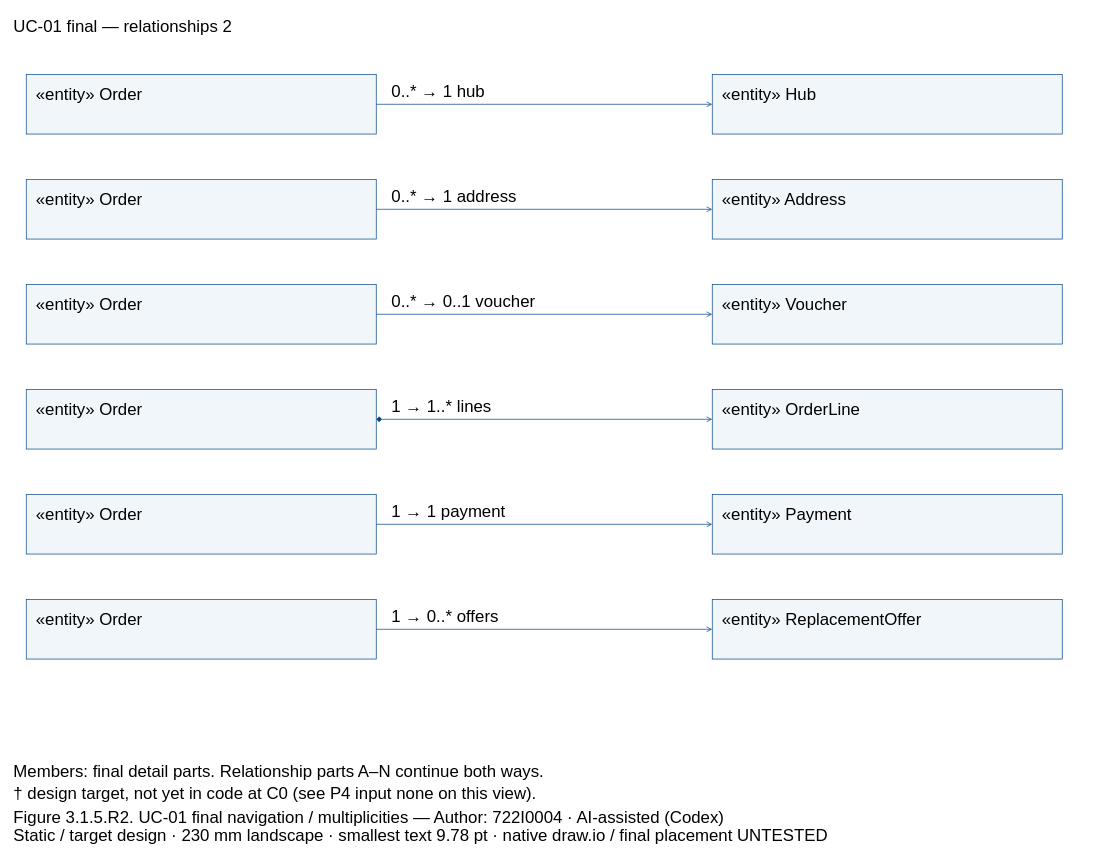
Above: models/UC-01/dcd_uc01_final_links_PartB.drawio in Dat071104/SaigonBite (draw.io), before the change. Source tidied: cells renumbered, new cells numbered last; positions are measured from the earlier drawing's top-left corner, leaving out a move shared by most shapes. Both pictures are drawn from the tidied source at 70%, with x=0, y=0 at pixel (12, 12).
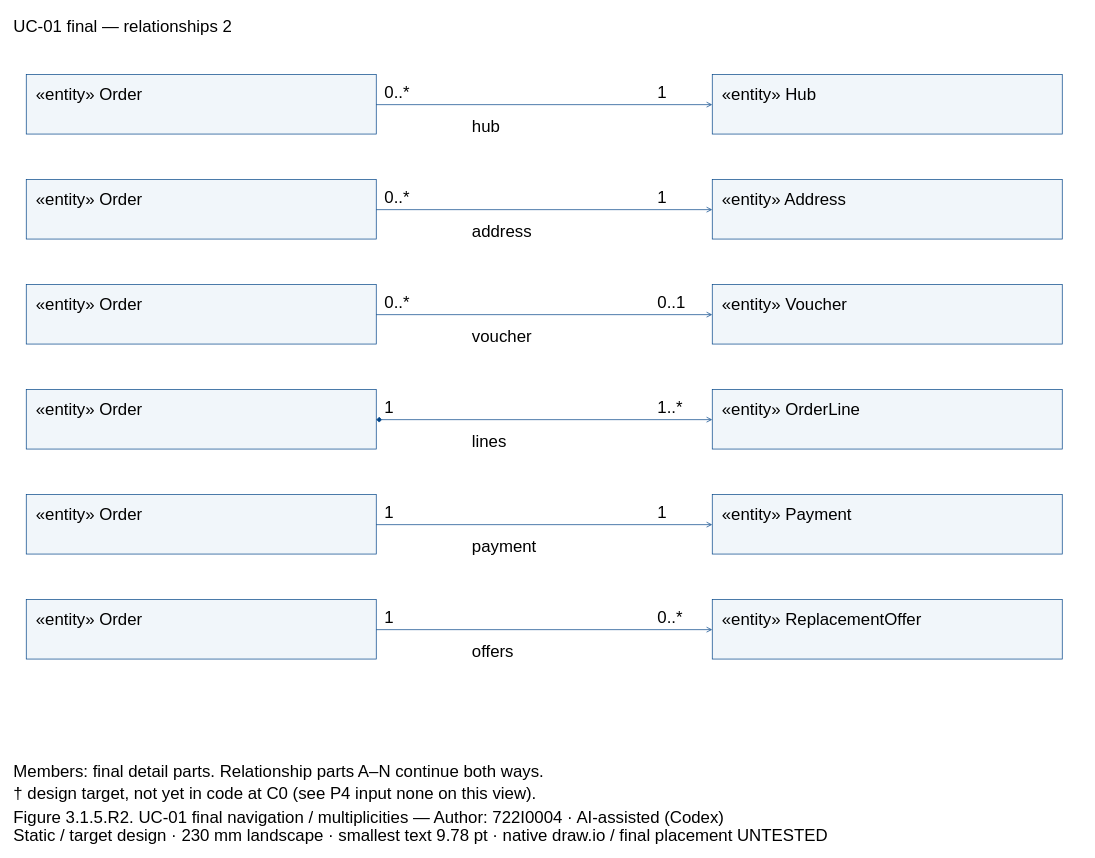
Above is the later version.

Unchanged cells that the change refers to:
```xml
<mxCell id="3" style="fillColor=#F1F6FA;strokeColor=#004387;fontFamily=Arial;fontSize=24;whiteSpace=wrap;html=0;" parent="1" vertex="1">
  <mxGeometry x="20" y="89" width="500" height="85" as="geometry" />
</mxCell>
<mxCell id="5" style="fillColor=#F1F6FA;strokeColor=#004387;fontFamily=Arial;fontSize=24;whiteSpace=wrap;html=0;" parent="1" vertex="1">
  <mxGeometry x="1000" y="89" width="500" height="85" as="geometry" />
</mxCell>
<mxCell id="7" style="fillColor=#F1F6FA;strokeColor=#004387;fontFamily=Arial;fontSize=24;whiteSpace=wrap;html=0;" parent="1" vertex="1">
  <mxGeometry x="20" y="239" width="500" height="85" as="geometry" />
</mxCell>
<mxCell id="9" style="fillColor=#F1F6FA;strokeColor=#004387;fontFamily=Arial;fontSize=24;whiteSpace=wrap;html=0;" parent="1" vertex="1">
  <mxGeometry x="1000" y="239" width="500" height="85" as="geometry" />
</mxCell>
<mxCell id="11" style="fillColor=#F1F6FA;strokeColor=#004387;fontFamily=Arial;fontSize=24;whiteSpace=wrap;html=0;" parent="1" vertex="1">
  <mxGeometry x="20" y="389" width="500" height="85" as="geometry" />
</mxCell>
<mxCell id="13" style="fillColor=#F1F6FA;strokeColor=#004387;fontFamily=Arial;fontSize=24;whiteSpace=wrap;html=0;" parent="1" vertex="1">
  <mxGeometry x="1000" y="389" width="500" height="85" as="geometry" />
</mxCell>
<mxCell id="15" style="fillColor=#F1F6FA;strokeColor=#004387;fontFamily=Arial;fontSize=24;whiteSpace=wrap;html=0;" parent="1" vertex="1">
  <mxGeometry x="20" y="539" width="500" height="85" as="geometry" />
</mxCell>
<mxCell id="17" style="fillColor=#F1F6FA;strokeColor=#004387;fontFamily=Arial;fontSize=24;whiteSpace=wrap;html=0;" parent="1" vertex="1">
  <mxGeometry x="1000" y="539" width="500" height="85" as="geometry" />
</mxCell>
<mxCell id="19" style="fillColor=#F1F6FA;strokeColor=#004387;fontFamily=Arial;fontSize=24;whiteSpace=wrap;html=0;" parent="1" vertex="1">
  <mxGeometry x="20" y="689" width="500" height="85" as="geometry" />
</mxCell>
<mxCell id="21" style="fillColor=#F1F6FA;strokeColor=#004387;fontFamily=Arial;fontSize=24;whiteSpace=wrap;html=0;" parent="1" vertex="1">
  <mxGeometry x="1000" y="689" width="500" height="85" as="geometry" />
</mxCell>
<mxCell id="23" style="fillColor=#F1F6FA;strokeColor=#004387;fontFamily=Arial;fontSize=24;whiteSpace=wrap;html=0;" parent="1" vertex="1">
  <mxGeometry x="20" y="839" width="500" height="85" as="geometry" />
</mxCell>
<mxCell id="25" style="fillColor=#F1F6FA;strokeColor=#004387;fontFamily=Arial;fontSize=24;whiteSpace=wrap;html=0;" parent="1" vertex="1">
  <mxGeometry x="1000" y="839" width="500" height="85" as="geometry" />
</mxCell>
```

Change to the diagram source:
```diff
@@
-    <mxCell id="27" style="edgeStyle=none;endArrow=open;strokeColor=#004387;" parent="1" edge="1" source="3" target="5">
+    <mxCell id="27" style="edgeStyle=none;endArrow=open;endFill=0;strokeColor=#004387;exitX=1.0;exitY=0.5058823529411764;exitPerimeter=0;entryX=0.0;entryY=0.5058823529411764;entryPerimeter=0;" parent="1" edge="1" source="3" target="5">
       <mxGeometry relative="1" as="geometry" />
     </mxCell>
-    <mxCell id="28" value="0..* → 1 hub" style="text;align=left;verticalAlign=top;strokeColor=none;fillColor=none;fontFamily=Arial;fontSize=24;whiteSpace=wrap;html=0;" parent="1" vertex="1">
-      <mxGeometry x="540" y="93" width="440" height="27.6" as="geometry" />
-    </mxCell>
+    <mxCell id="43" value="0..*" style="text;align=left;verticalAlign=top;strokeColor=none;fillColor=none;fontFamily=Arial;fontSize=24;whiteSpace=wrap;html=0;" parent="1" vertex="1">
+      <mxGeometry x="530" y="94" width="70" height="27.6" as="geometry" />
+    </mxCell>
+    <mxCell id="44" value="1" style="text;align=left;verticalAlign=top;strokeColor=none;fillColor=none;fontFamily=Arial;fontSize=24;whiteSpace=wrap;html=0;" parent="1" vertex="1">
+      <mxGeometry x="920" y="94" width="70" height="27.6" as="geometry" />
+    </mxCell>
+    <mxCell id="45" value="hub" style="text;align=left;verticalAlign=top;strokeColor=none;fillColor=none;fontFamily=Arial;fontSize=24;whiteSpace=wrap;html=0;" parent="1" vertex="1">
+      <mxGeometry x="655" y="142" width="330" height="27.6" as="geometry" />
+    </mxCell>
-    <mxCell id="29" style="edgeStyle=none;endArrow=open;strokeColor=#004387;" parent="1" edge="1" source="7" target="9">
+    <mxCell id="29" style="edgeStyle=none;endArrow=open;endFill=0;strokeColor=#004387;exitX=1.0;exitY=0.5058823529411764;exitPerimeter=0;entryX=0.0;entryY=0.5058823529411764;entryPerimeter=0;" parent="1" edge="1" source="7" target="9">
       <mxGeometry relative="1" as="geometry" />
     </mxCell>
-    <mxCell id="30" value="0..* → 1 address" style="text;align=left;verticalAlign=top;strokeColor=none;fillColor=none;fontFamily=Arial;fontSize=24;whiteSpace=wrap;html=0;" parent="1" vertex="1">
-      <mxGeometry x="540" y="243" width="440" height="27.6" as="geometry" />
-    </mxCell>
+    <mxCell id="46" value="0..*" style="text;align=left;verticalAlign=top;strokeColor=none;fillColor=none;fontFamily=Arial;fontSize=24;whiteSpace=wrap;html=0;" parent="1" vertex="1">
+      <mxGeometry x="530" y="244" width="70" height="27.6" as="geometry" />
+    </mxCell>
+    <mxCell id="47" value="1" style="text;align=left;verticalAlign=top;strokeColor=none;fillColor=none;fontFamily=Arial;fontSize=24;whiteSpace=wrap;html=0;" parent="1" vertex="1">
+      <mxGeometry x="920" y="244" width="70" height="27.6" as="geometry" />
+    </mxCell>
+    <mxCell id="48" value="address" style="text;align=left;verticalAlign=top;strokeColor=none;fillColor=none;fontFamily=Arial;fontSize=24;whiteSpace=wrap;html=0;" parent="1" vertex="1">
+      <mxGeometry x="655" y="292" width="330" height="27.6" as="geometry" />
+    </mxCell>
-    <mxCell id="31" style="edgeStyle=none;endArrow=open;strokeColor=#004387;" parent="1" edge="1" source="11" target="13">
+    <mxCell id="31" style="edgeStyle=none;endArrow=open;endFill=0;strokeColor=#004387;exitX=1.0;exitY=0.5058823529411764;exitPerimeter=0;entryX=0.0;entryY=0.5058823529411764;entryPerimeter=0;" parent="1" edge="1" source="11" target="13">
       <mxGeometry relative="1" as="geometry" />
     </mxCell>
-    <mxCell id="32" value="0..* → 0..1 voucher" style="text;align=left;verticalAlign=top;strokeColor=none;fillColor=none;fontFamily=Arial;fontSize=24;whiteSpace=wrap;html=0;" parent="1" vertex="1">
-      <mxGeometry x="540" y="393" width="440" height="27.6" as="geometry" />
-    </mxCell>
+    <mxCell id="49" value="0..*" style="text;align=left;verticalAlign=top;strokeColor=none;fillColor=none;fontFamily=Arial;fontSize=24;whiteSpace=wrap;html=0;" parent="1" vertex="1">
+      <mxGeometry x="530" y="394" width="70" height="27.6" as="geometry" />
+    </mxCell>
+    <mxCell id="50" value="0..1" style="text;align=left;verticalAlign=top;strokeColor=none;fillColor=none;fontFamily=Arial;fontSize=24;whiteSpace=wrap;html=0;" parent="1" vertex="1">
+      <mxGeometry x="920" y="394" width="70" height="27.6" as="geometry" />
+    </mxCell>
+    <mxCell id="51" value="voucher" style="text;align=left;verticalAlign=top;strokeColor=none;fillColor=none;fontFamily=Arial;fontSize=24;whiteSpace=wrap;html=0;" parent="1" vertex="1">
+      <mxGeometry x="655" y="442" width="330" height="27.6" as="geometry" />
+    </mxCell>
-    <mxCell id="33" style="edgeStyle=none;endArrow=open;startArrow=diamond;startFill=1;strokeColor=#004387;" parent="1" edge="1" source="15" target="17">
+    <mxCell id="33" style="edgeStyle=none;endArrow=open;endFill=0;startArrow=diamond;startFill=1;strokeColor=#004387;exitX=1.0;exitY=0.5058823529411764;exitPerimeter=0;entryX=0.0;entryY=0.5058823529411764;entryPerimeter=0;" parent="1" edge="1" source="15" target="17">
       <mxGeometry relative="1" as="geometry" />
     </mxCell>
-    <mxCell id="34" value="1 → 1..* lines" style="text;align=left;verticalAlign=top;strokeColor=none;fillColor=none;fontFamily=Arial;fontSize=24;whiteSpace=wrap;html=0;" parent="1" vertex="1">
-      <mxGeometry x="540" y="543" width="440" height="27.6" as="geometry" />
-    </mxCell>
+    <mxCell id="52" value="1" style="text;align=left;verticalAlign=top;strokeColor=none;fillColor=none;fontFamily=Arial;fontSize=24;whiteSpace=wrap;html=0;" parent="1" vertex="1">
+      <mxGeometry x="530" y="544" width="70" height="27.6" as="geometry" />
+    </mxCell>
+    <mxCell id="53" value="1..*" style="text;align=left;verticalAlign=top;strokeColor=none;fillColor=none;fontFamily=Arial;fontSize=24;whiteSpace=wrap;html=0;" parent="1" vertex="1">
+      <mxGeometry x="920" y="544" width="70" height="27.6" as="geometry" />
+    </mxCell>
+    <mxCell id="54" value="lines" style="text;align=left;verticalAlign=top;strokeColor=none;fillColor=none;fontFamily=Arial;fontSize=24;whiteSpace=wrap;html=0;" parent="1" vertex="1">
+      <mxGeometry x="655" y="592" width="330" height="27.6" as="geometry" />
+    </mxCell>
-    <mxCell id="35" style="edgeStyle=none;endArrow=open;strokeColor=#004387;" parent="1" edge="1" source="19" target="21">
+    <mxCell id="35" style="edgeStyle=none;endArrow=open;endFill=0;strokeColor=#004387;exitX=1.0;exitY=0.5058823529411764;exitPerimeter=0;entryX=0.0;entryY=0.5058823529411764;entryPerimeter=0;" parent="1" edge="1" source="19" target="21">
       <mxGeometry relative="1" as="geometry" />
     </mxCell>
-    <mxCell id="36" value="1 → 1 payment" style="text;align=left;verticalAlign=top;strokeColor=none;fillColor=none;fontFamily=Arial;fontSize=24;whiteSpace=wrap;html=0;" parent="1" vertex="1">
-      <mxGeometry x="540" y="693" width="440" height="27.6" as="geometry" />
-    </mxCell>
+    <mxCell id="55" value="1" style="text;align=left;verticalAlign=top;strokeColor=none;fillColor=none;fontFamily=Arial;fontSize=24;whiteSpace=wrap;html=0;" parent="1" vertex="1">
+      <mxGeometry x="530" y="694" width="70" height="27.6" as="geometry" />
+    </mxCell>
+    <mxCell id="56" value="1" style="text;align=left;verticalAlign=top;strokeColor=none;fillColor=none;fontFamily=Arial;fontSize=24;whiteSpace=wrap;html=0;" parent="1" vertex="1">
+      <mxGeometry x="920" y="694" width="70" height="27.6" as="geometry" />
+    </mxCell>
+    <mxCell id="57" value="payment" style="text;align=left;verticalAlign=top;strokeColor=none;fillColor=none;fontFamily=Arial;fontSize=24;whiteSpace=wrap;html=0;" parent="1" vertex="1">
+      <mxGeometry x="655" y="742" width="330" height="27.6" as="geometry" />
+    </mxCell>
-    <mxCell id="37" style="edgeStyle=none;endArrow=open;strokeColor=#004387;" parent="1" edge="1" source="23" target="25">
+    <mxCell id="37" style="edgeStyle=none;endArrow=open;endFill=0;strokeColor=#004387;exitX=1.0;exitY=0.5058823529411764;exitPerimeter=0;entryX=0.0;entryY=0.5058823529411764;entryPerimeter=0;" parent="1" edge="1" source="23" target="25">
       <mxGeometry relative="1" as="geometry" />
     </mxCell>
-    <mxCell id="38" value="1 → 0..* offers" style="text;align=left;verticalAlign=top;strokeColor=none;fillColor=none;fontFamily=Arial;fontSize=24;whiteSpace=wrap;html=0;" parent="1" vertex="1">
-      <mxGeometry x="540" y="843" width="440" height="27.6" as="geometry" />
-    </mxCell>
+    <mxCell id="58" value="1" style="text;align=left;verticalAlign=top;strokeColor=none;fillColor=none;fontFamily=Arial;fontSize=24;whiteSpace=wrap;html=0;" parent="1" vertex="1">
+      <mxGeometry x="530" y="844" width="70" height="27.6" as="geometry" />
+    </mxCell>
+    <mxCell id="59" value="0..*" style="text;align=left;verticalAlign=top;strokeColor=none;fillColor=none;fontFamily=Arial;fontSize=24;whiteSpace=wrap;html=0;" parent="1" vertex="1">
+      <mxGeometry x="920" y="844" width="70" height="27.6" as="geometry" />
+    </mxCell>
+    <mxCell id="60" value="offers" style="text;align=left;verticalAlign=top;strokeColor=none;fillColor=none;fontFamily=Arial;fontSize=24;whiteSpace=wrap;html=0;" parent="1" vertex="1">
+      <mxGeometry x="655" y="892" width="330" height="27.6" as="geometry" />
+    </mxCell>
```
